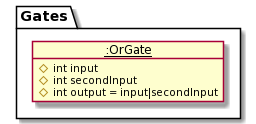
sevenseasofbri/tp keeps this PlantUML diagram as docs/diagrams/OrGateObjectDiagram.png. Above is the earlier version.
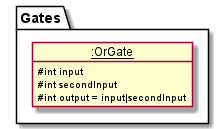
The same diagram one commit later.

The edit, as a diff of the source:
```diff
@@ -1,11 +1,13 @@
 @startuml
+!include style.puml
+
 package Gates {
-    class State1 as "__:OrGate__"
+    object "__:OrGate__" as State1
 }
 
 object State1 {
-    #int input
-    #int secondInput
-    #int output = input|secondInput
+    # int input
+    # int secondInput
+    # int output = input|secondInput
 }
 @enduml
```
